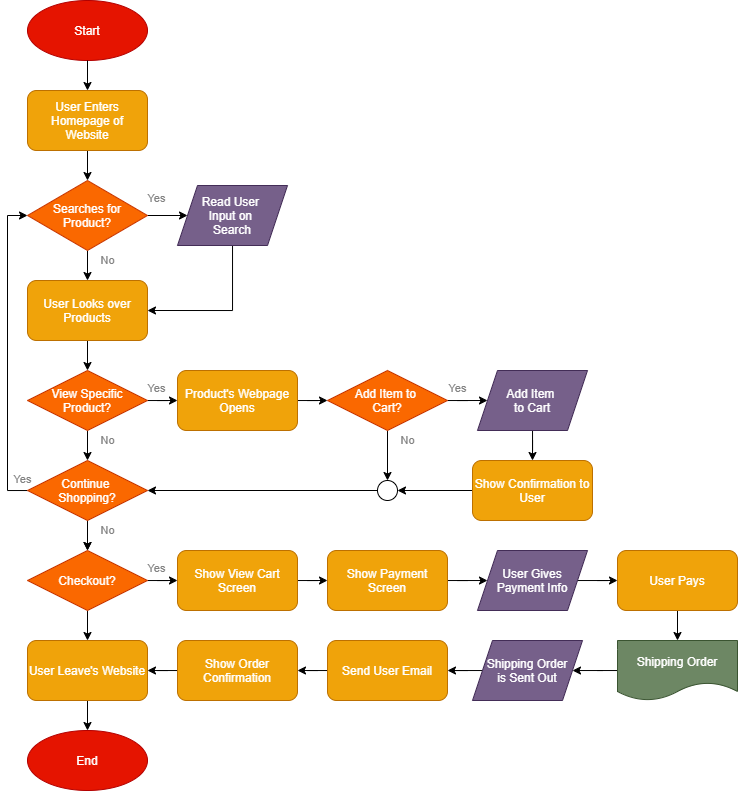
Above: part2/part2.drawio.png in cmwall0605/wi21-cse110-lab4 (draw.io), before the change. Source tidied: cells renumbered, new cells last; positions are measured from the earlier drawing's top-left corner, leaving out a move shared by most shapes.
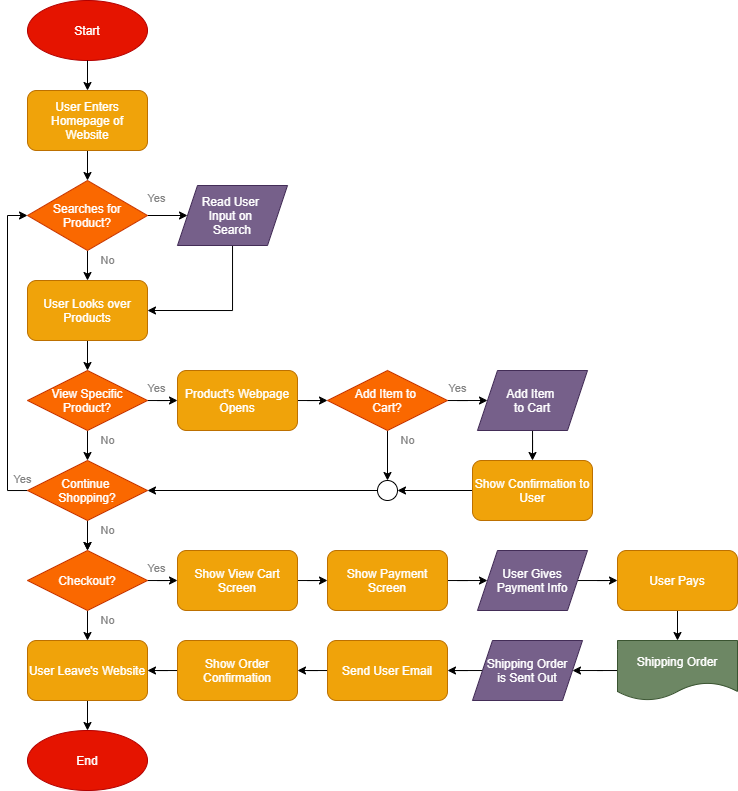
After the change.

Commit message:
Fixed bottom 'no' in part 2

Change to the diagram source:
```diff
@@ -196,7 +196,7 @@
     <mxCell id="60" value="No" style="edgeLabel;html=1;align=center;verticalAlign=middle;labelBackgroundColor=none;fontColor=#828282;" parent="1" vertex="1">
       <mxGeometry x="400" y="440" as="geometry" />
     </mxCell>
-    <mxCell id="61" value="No" style="edgeLabel;html=1;align=center;verticalAlign=middle;fontColor=#FFFFFF;labelBackgroundColor=none;" parent="1" vertex="1">
+    <mxCell id="61" value="No" style="edgeLabel;html=1;align=center;verticalAlign=middle;labelBackgroundColor=none;fontColor=#828282;" parent="1" vertex="1">
       <mxGeometry x="100" y="620" as="geometry" />
     </mxCell>
     <mxCell id="62" value="Yes" style="edgeLabel;html=1;align=center;verticalAlign=middle;labelBackgroundColor=none;fontColor=#828282;" parent="1" vertex="1">
```
